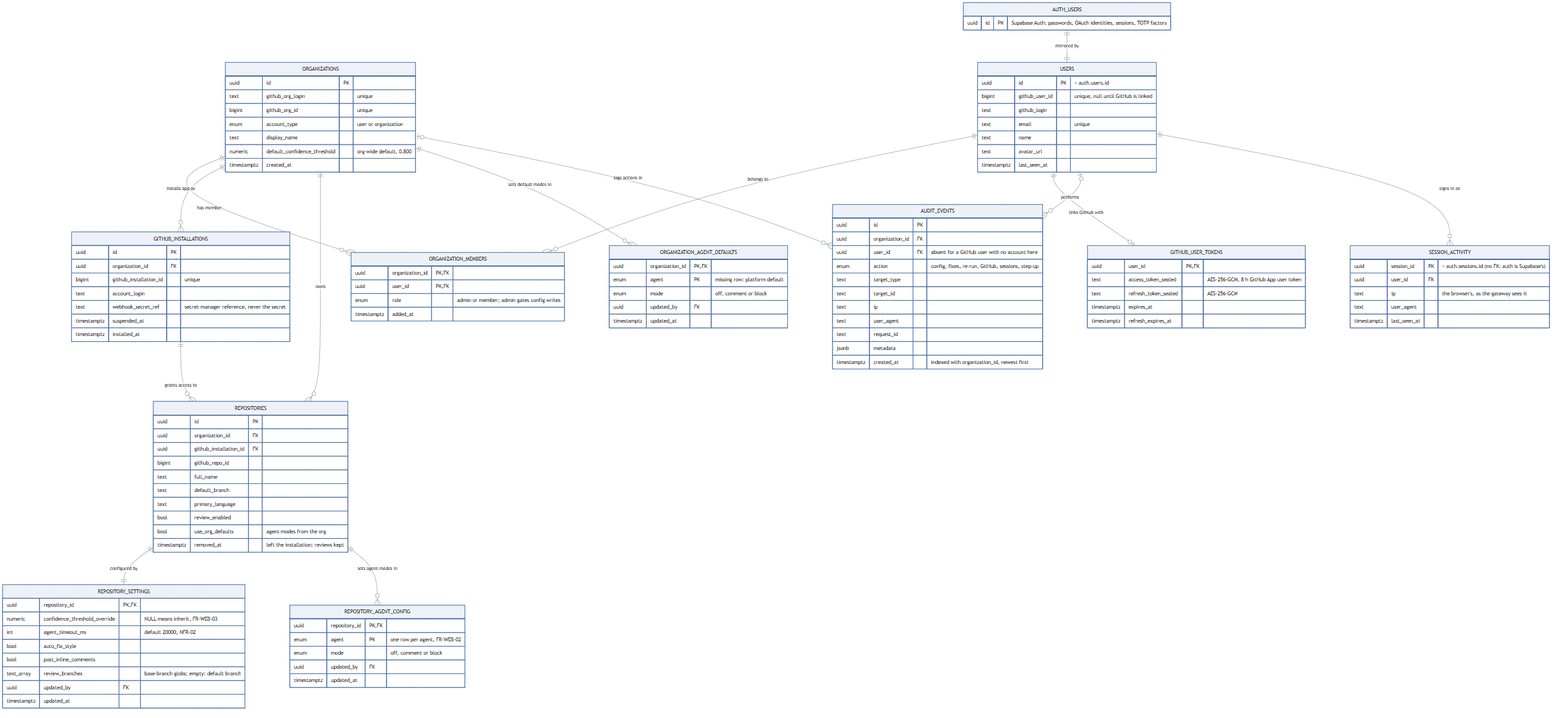
The Mermaid diagram docs/design/diagrams/er_identity.png in sumit-0804/CodeSentinel, before a commit. Its source is kept beside it as docs/design/diagrams/mermaid/er_identity.mmd. Its diagram source:
```mermaid
%%{init: {"theme":"base","themeVariables":{"primaryColor":"#eef2f8","primaryBorderColor":"#4a6fa5","lineColor":"#6b7280","primaryTextColor":"#1a1a1a"}} }%%
erDiagram
    ORGANIZATIONS ||--o{ ORGANIZATION_MEMBERS   : "has member"
    USERS         ||--o{ ORGANIZATION_MEMBERS   : "belongs to"
    ORGANIZATIONS ||--o{ GITHUB_INSTALLATIONS   : "installs app as"
    ORGANIZATIONS ||--o{ REPOSITORIES           : "owns"
    GITHUB_INSTALLATIONS ||--o{ REPOSITORIES    : "grants access to"
    AUTH_USERS    ||--|| USERS                  : "mirrored by"
    USERS         ||--o| GITHUB_USER_TOKENS     : "links GitHub with"
    REPOSITORIES  ||--|| REPOSITORY_SETTINGS    : "configured by"
    REPOSITORIES  ||--o{ REPOSITORY_AGENT_CONFIG : "sets agent modes in"
    ORGANIZATIONS ||--o{ ORGANIZATION_AGENT_DEFAULTS : "sets default modes in"
    ORGANIZATIONS |o--o{ AUDIT_EVENTS            : "logs actions in"
    USERS         |o--o{ AUDIT_EVENTS            : "performs"
    USERS         ||--o{ SESSION_ACTIVITY        : "signs in on"

    ORGANIZATIONS {
        uuid        id                           PK
        text        github_org_login             "unique"
        bigint      github_org_id                "unique"
        enum        account_type                 "user or organization"
        text        display_name
        numeric     default_confidence_threshold "org-wide default, 0.800"
        timestamptz created_at
    }

    ORGANIZATION_AGENT_DEFAULTS {
        uuid        organization_id PK, FK
        enum        agent           PK "missing row: platform default"
        enum        mode            "off, comment or block"
        uuid        updated_by      FK
        timestamptz updated_at
    }

    AUTH_USERS {
        uuid id PK "Supabase Auth: passwords, OAuth identities, sessions, TOTP factors"
    }

    USERS {
        uuid        id             PK "= auth.users.id"
        bigint      github_user_id "unique, null until GitHub is linked"
        text        github_login
        text        email          "unique"
        text        name
        text        avatar_url
        timestamptz last_seen_at
    }

    GITHUB_USER_TOKENS {
        uuid        user_id              PK, FK
        text        access_token_sealed  "AES-256-GCM, 8 h GitHub App user token"
        text        refresh_token_sealed "AES-256-GCM"
        timestamptz expires_at
        timestamptz refresh_expires_at
    }

    ORGANIZATION_MEMBERS {
        uuid        organization_id PK, FK
        uuid        user_id         PK, FK
        enum        role            "admin or member; admin gates config writes"
        timestamptz added_at
    }

    GITHUB_INSTALLATIONS {
        uuid        id                     PK
        uuid        organization_id        FK
        bigint      github_installation_id "unique"
        text        account_login
        text        webhook_secret_ref     "secret-manager reference, never the secret"
        timestamptz suspended_at
        timestamptz installed_at
    }

    REPOSITORIES {
        uuid   id                     PK
        uuid   organization_id        FK
        uuid   github_installation_id FK
        bigint github_repo_id
        text   full_name
        text   default_branch
        text   primary_language
        bool   review_enabled
        bool   use_org_defaults       "agent modes from the org"
        timestamptz removed_at        "left the installation; reviews kept"
    }

    REPOSITORY_SETTINGS {
        uuid        repository_id                 PK, FK
        numeric     confidence_threshold_override "NULL means inherit, FR-WEB-03"
        int         agent_timeout_ms              "default 20000, NFR-02"
        bool        auto_fix_style
        bool        post_inline_comments
        text_array  review_branches               "base-branch globs; empty: default branch"
        uuid        updated_by                    FK
        timestamptz updated_at
    }

    REPOSITORY_AGENT_CONFIG {
        uuid        repository_id PK, FK
        enum        agent         PK "one row per agent, FR-WEB-02"
        enum        mode          "off, comment or block"
        uuid        updated_by    FK
        timestamptz updated_at
    }

    AUDIT_EVENTS {
        uuid        id              PK
        uuid        organization_id FK
        uuid        user_id         FK "absent for a GitHub user with no account here"
        enum        action          "config, fixes, re-run, GitHub, sessions, step-up"
        text        target_type
        text        target_id
        text        ip
        text        user_agent
        text        request_id
        jsonb       metadata
        timestamptz created_at      "indexed with organization_id, newest first"
    }

    SESSION_ACTIVITY {
        uuid        session_id   PK "= auth.sessions.id (no FK: auth is Supabase's)"
        uuid        user_id      FK
        text        ip           "the browser's, as the gateway sees it"
        text        user_agent
        timestamptz last_seen_at
    }
```
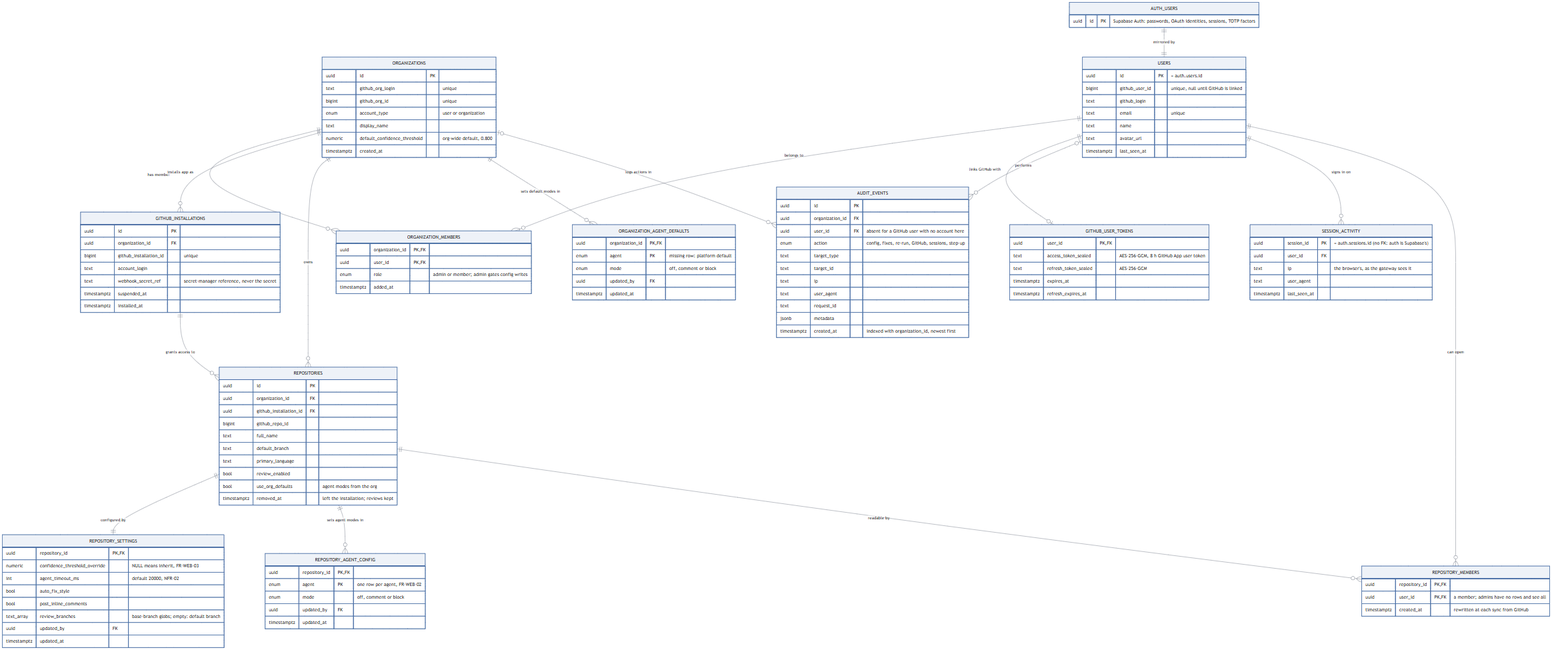
The same diagram one commit later.

Commit message:
Add repository members table

What changed in the source:
```diff
@@ -13,6 +13,8 @@
     ORGANIZATIONS |o--o{ AUDIT_EVENTS            : "logs actions in"
     USERS         |o--o{ AUDIT_EVENTS            : "performs"
     USERS         ||--o{ SESSION_ACTIVITY        : "signs in on"
+    REPOSITORIES  ||--o{ REPOSITORY_MEMBERS      : "readable by"
+    USERS         ||--o{ REPOSITORY_MEMBERS      : "can open"
 
     ORGANIZATIONS {
         uuid        id                           PK
@@ -117,6 +119,12 @@
         timestamptz created_at      "indexed with organization_id, newest first"
     }
 
+    REPOSITORY_MEMBERS {
+        uuid        repository_id PK, FK
+        uuid        user_id       PK, FK "a member; admins have no rows and see all"
+        timestamptz created_at    "rewritten at each sync from GitHub"
+    }
+
     SESSION_ACTIVITY {
         uuid        session_id   PK "= auth.sessions.id (no FK: auth is Supabase's)"
         uuid        user_id      FK
```
